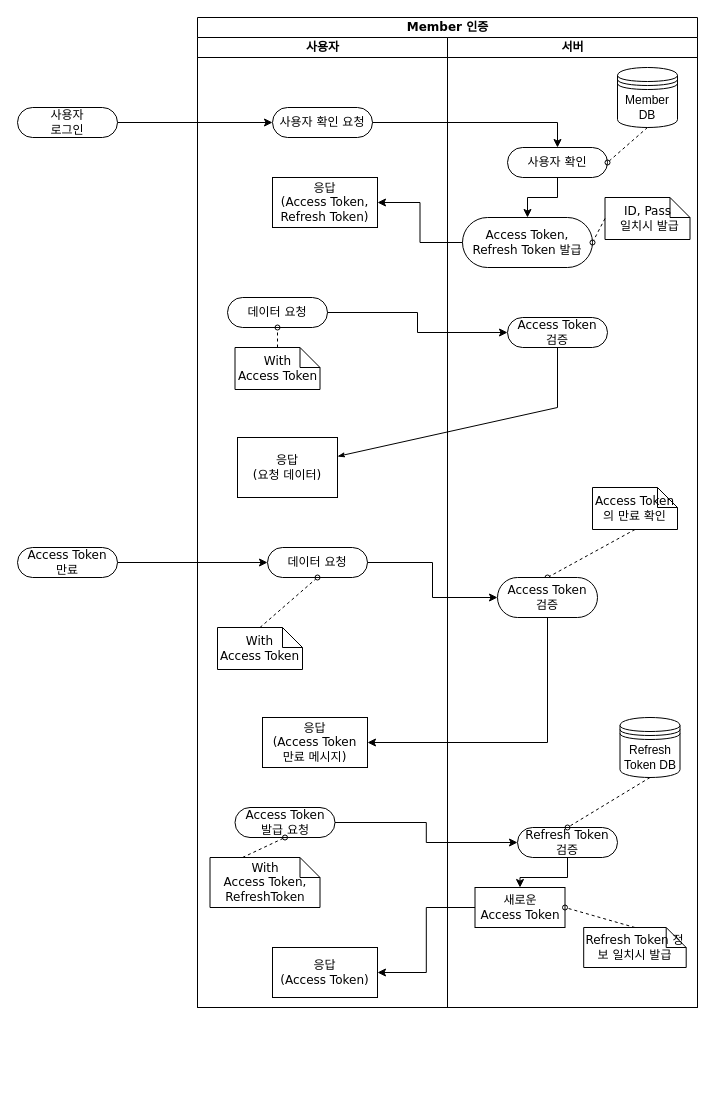
GentleDot/simple-shopping keeps this draw.io diagram as uml/member인증.drawio. Above is the earlier version. Source tidied: cells renumbered, new cells numbered last; positions are measured from the earlier drawing's top-left corner, leaving out a move shared by most shapes. Both pictures are drawn from the tidied source at 100%, with x=0, y=0 at pixel (17, 17).
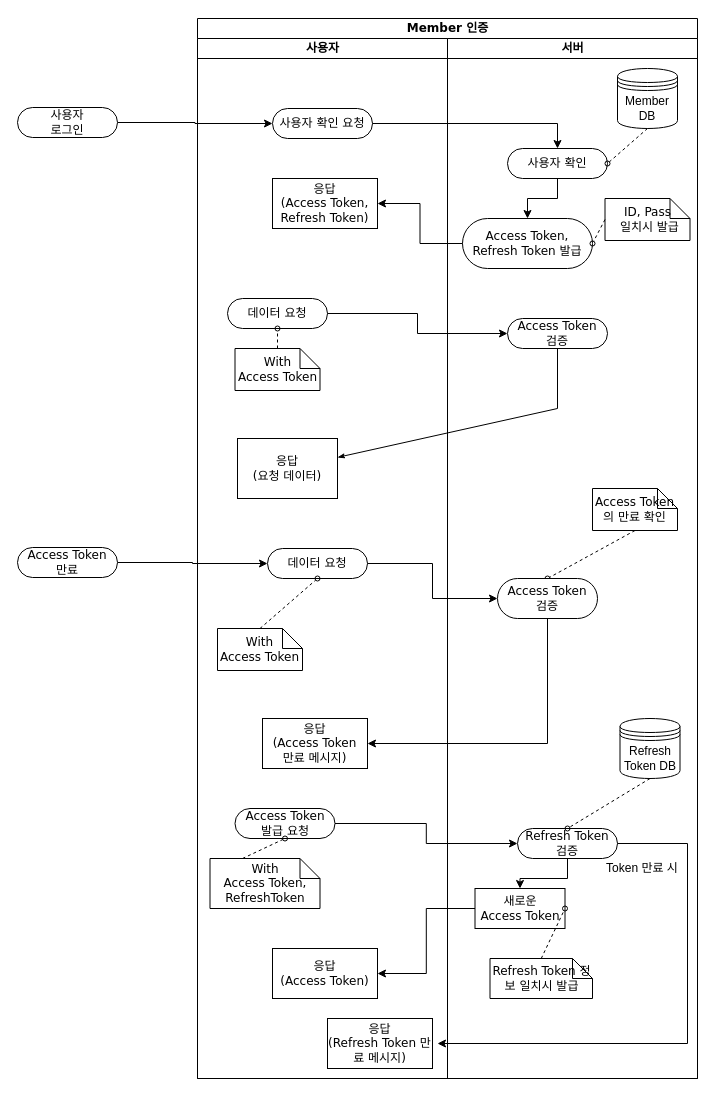
Above is the later version.

Unchanged cells that the change refers to:
```xml
<mxCell id="26" value="Refresh Token 검증" style="rounded=1;whiteSpace=wrap;html=1;shadow=0;comic=0;labelBackgroundColor=none;strokeWidth=1;fontFamily=Verdana;fontSize=12;align=center;arcSize=50;" parent="18" vertex="1">
  <mxGeometry x="70" y="790" width="100" height="30" as="geometry" />
</mxCell>
```

The edit, as a diff of the source:
```diff
@@
     <mxCell id="2" value="Member 인증" style="swimlane;html=1;startSize=20;rounded=0;shadow=0;comic=0;labelBackgroundColor=none;strokeWidth=1;fontFamily=Verdana;fontSize=12;align=center;" parent="1" vertex="1">
-      <mxGeometry x="180" width="500" height="990" as="geometry" />
+      <mxGeometry x="180" y="1" width="500" height="1060" as="geometry" />
     </mxCell>
     <mxCell id="3" value="사용자" style="swimlane;html=1;startSize=20;" parent="2" vertex="1">
-      <mxGeometry y="20" width="250" height="970" as="geometry" />
+      <mxGeometry y="20" width="250" height="1040" as="geometry" />
     </mxCell>
@@
+    <mxCell id="49" value="응답&lt;br&gt;(Refresh Token 만료 메시지)" style="rounded=0;whiteSpace=wrap;html=1;shadow=0;comic=0;labelBackgroundColor=none;strokeWidth=1;fontFamily=Verdana;fontSize=12;align=center;arcSize=50;" parent="3" vertex="1">
+      <mxGeometry x="130" y="980" width="105" height="50" as="geometry" />
+    </mxCell>
     <mxCell id="18" value="서버" style="swimlane;html=1;startSize=20;" parent="2" vertex="1">
-      <mxGeometry x="250" y="20" width="250" height="970" as="geometry" />
+      <mxGeometry x="250" y="20" width="250" height="1040" as="geometry" />
     </mxCell>
@@
+    <mxCell id="27" value="Refresh Token 정보 일치시 발급" style="shape=note;whiteSpace=wrap;html=1;rounded=0;shadow=0;comic=0;labelBackgroundColor=none;strokeWidth=1;fontFamily=Verdana;fontSize=12;align=center;size=20;" parent="18" vertex="1">
+      <mxGeometry x="42.5" y="920" width="102.5" height="40" as="geometry" />
+    </mxCell>
@@
-    <mxCell id="27" value="Refresh Token 정보 일치시 발급" style="shape=note;whiteSpace=wrap;html=1;rounded=0;shadow=0;comic=0;labelBackgroundColor=none;strokeWidth=1;fontFamily=Verdana;fontSize=12;align=center;size=20;" parent="18" vertex="1">
-      <mxGeometry x="136.2" y="890" width="102.5" height="40" as="geometry" />
-    </mxCell>
@@
+    <mxCell id="50" value="Token 만료 시" style="text;html=1;strokeColor=none;fillColor=none;align=center;verticalAlign=middle;whiteSpace=wrap;rounded=0;" parent="18" vertex="1">
+      <mxGeometry x="145" y="820" width="100" height="20" as="geometry" />
+    </mxCell>
@@
+    <mxCell id="51" style="edgeStyle=orthogonalEdgeStyle;rounded=0;jettySize=auto;html=1;" parent="2" edge="1" source="26">
+      <mxGeometry relative="1" as="geometry">
+        <mxPoint x="240" y="1025" as="targetPoint" />
+        <Array as="points">
+          <mxPoint x="490" y="825" />
+          <mxPoint x="490" y="1025" />
+        </Array>
+      </mxGeometry>
+    </mxCell>
```
